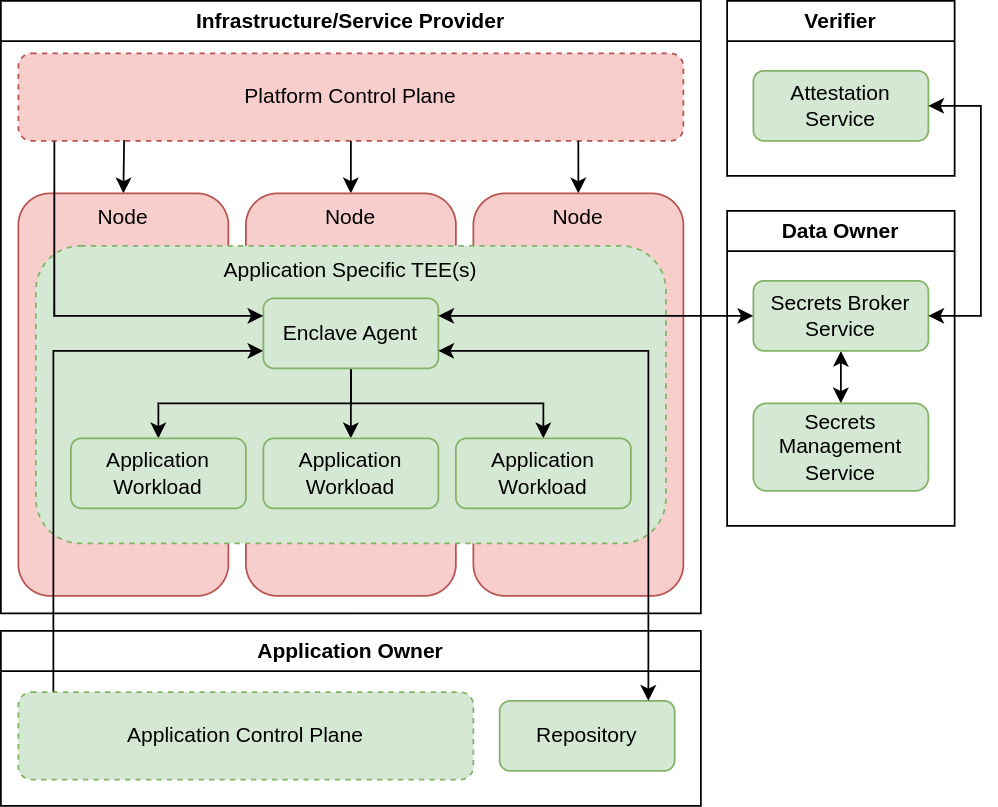
Earlier version of the draw.io export documents/thesis/resources/architecture-overview.png (hoppla20/bachelor-thesis). Source tidied: cells renumbered, new cells last; positions are measured from the earlier drawing's top-left corner, leaving out a move shared by most shapes.
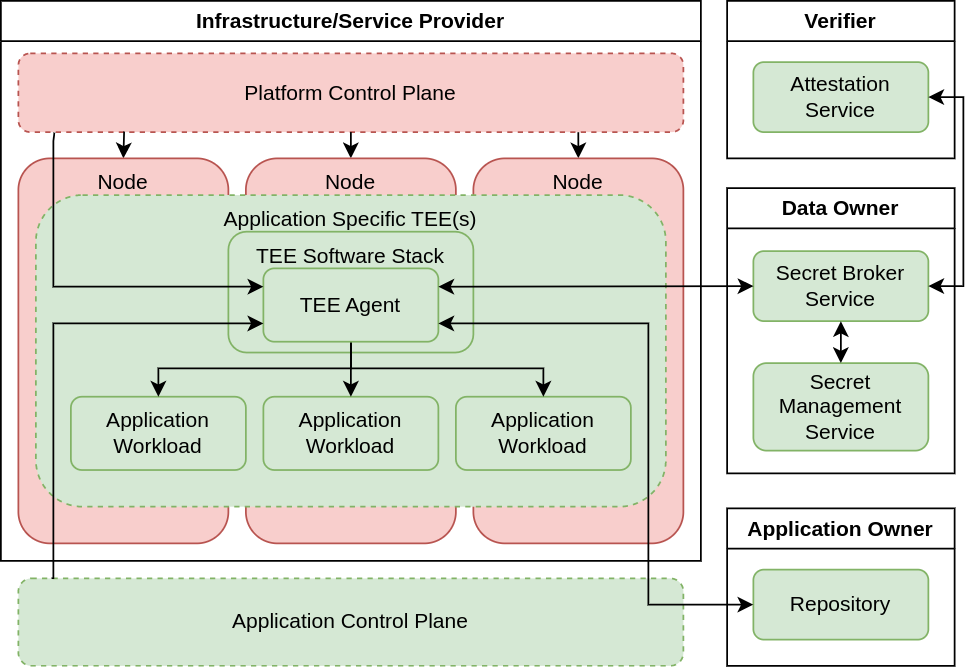
After the commit.

Change to the diagram source:
```diff
@@ -3,113 +3,137 @@
     <mxCell id="0" />
     <mxCell id="1" parent="0" />
     <mxCell id="2" value="Platform Control Plane" style="rounded=1;whiteSpace=wrap;html=1;fillColor=#f8cecc;strokeColor=#b85450;dashed=1;" parent="1" vertex="1">
-      <mxGeometry x="10" y="30" width="380" height="50" as="geometry" />
+      <mxGeometry x="10" y="30" width="380" height="45" as="geometry" />
     </mxCell>
-    <mxCell id="3" style="edgeStyle=orthogonalEdgeStyle;rounded=0;jettySize=auto;html=1;exitX=0.5;exitY=0;exitDx=0;exitDy=0;entryX=0.159;entryY=0.993;entryDx=0;entryDy=0;entryPerimeter=0;startArrow=classic;startFill=1;endArrow=none;endFill=0;" parent="1" edge="1" source="17" target="2">
+    <mxCell id="3" style="edgeStyle=orthogonalEdgeStyle;rounded=0;jettySize=auto;html=1;exitX=0.5;exitY=0;exitDx=0;exitDy=0;entryX=0.159;entryY=0.993;entryDx=0;entryDy=0;entryPerimeter=0;startArrow=classic;startFill=1;endArrow=none;endFill=0;" parent="1" edge="1" source="15" target="2">
       <mxGeometry relative="1" as="geometry" />
     </mxCell>
-    <mxCell id="4" style="edgeStyle=orthogonalEdgeStyle;rounded=0;jettySize=auto;html=1;exitX=0.5;exitY=0;exitDx=0;exitDy=0;entryX=0.5;entryY=1;entryDx=0;entryDy=0;startArrow=classic;startFill=1;endArrow=none;endFill=0;" parent="1" edge="1" source="18" target="2">
+    <mxCell id="4" style="edgeStyle=orthogonalEdgeStyle;rounded=0;jettySize=auto;html=1;exitX=0.5;exitY=0;exitDx=0;exitDy=0;entryX=0.5;entryY=1;entryDx=0;entryDy=0;startArrow=classic;startFill=1;endArrow=none;endFill=0;" parent="1" edge="1" source="16" target="2">
       <mxGeometry relative="1" as="geometry" />
     </mxCell>
-    <mxCell id="5" style="edgeStyle=orthogonalEdgeStyle;rounded=0;jettySize=auto;html=1;exitX=0.5;exitY=0;exitDx=0;exitDy=0;entryX=0.842;entryY=1.001;entryDx=0;entryDy=0;entryPerimeter=0;startArrow=classic;startFill=1;endArrow=none;endFill=0;" parent="1" edge="1" source="19" target="2">
+    <mxCell id="5" style="edgeStyle=orthogonalEdgeStyle;rounded=0;jettySize=auto;html=1;exitX=0.5;exitY=0;exitDx=0;exitDy=0;entryX=0.842;entryY=1.001;entryDx=0;entryDy=0;entryPerimeter=0;startArrow=classic;startFill=1;endArrow=none;endFill=0;" parent="1" edge="1" source="17" target="2">
       <mxGeometry relative="1" as="geometry" />
     </mxCell>
     <mxCell id="6" value="Infrastructure/Service Provider" style="swimlane;whiteSpace=wrap;html=1;" parent="1" vertex="1">
-      <mxGeometry width="400" height="350" as="geometry" />
+      <mxGeometry width="400" height="320" as="geometry" />
     </mxCell>
     <mxCell id="7" value="Data Owner" style="swimlane;whiteSpace=wrap;html=1;" parent="1" vertex="1">
-      <mxGeometry x="415" y="120" width="130" height="180" as="geometry" />
+      <mxGeometry x="415" y="107" width="130" height="163" as="geometry" />
     </mxCell>
-    <mxCell id="8" style="edgeStyle=orthogonalEdgeStyle;rounded=0;jettySize=auto;html=1;exitX=0.5;exitY=1;exitDx=0;exitDy=0;entryX=0.5;entryY=0;entryDx=0;entryDy=0;startArrow=classic;startFill=1;endArrow=classic;endFill=1;" parent="7" edge="1" source="9" target="10">
-      <mxGeometry relative="1" as="geometry" />
+    <mxCell id="8" value="Secret Broker Service" style="rounded=1;whiteSpace=wrap;html=1;fillColor=#d5e8d4;strokeColor=#82b366;" parent="7" vertex="1">
+      <mxGeometry x="15" y="36" width="100" height="40" as="geometry" />
     </mxCell>
-    <mxCell id="9" value="Secrets Broker Service" style="rounded=1;whiteSpace=wrap;html=1;fillColor=#d5e8d4;strokeColor=#82b366;" parent="7" vertex="1">
-      <mxGeometry x="15" y="40" width="100" height="40" as="geometry" />
+    <mxCell id="9" value="Secret Management Service" style="rounded=1;whiteSpace=wrap;html=1;fillColor=#d5e8d4;strokeColor=#82b366;" parent="7" vertex="1">
+      <mxGeometry x="15" y="100" width="100" height="50" as="geometry" />
     </mxCell>
-    <mxCell id="10" value="Secrets Management Service" style="rounded=1;whiteSpace=wrap;html=1;fillColor=#d5e8d4;strokeColor=#82b366;" parent="7" vertex="1">
-      <mxGeometry x="15" y="110" width="100" height="50" as="geometry" />
+    <mxCell id="10" style="edgeStyle=orthogonalEdgeStyle;rounded=0;jettySize=auto;html=1;exitX=0.5;exitY=1;exitDx=0;exitDy=0;entryX=0.5;entryY=0;entryDx=0;entryDy=0;startArrow=classic;startFill=1;endArrow=classic;endFill=1;" parent="7" edge="1" source="8" target="9">
+      <mxGeometry relative="1" as="geometry" />
     </mxCell>
     <mxCell id="11" value="Verifier" style="swimlane;whiteSpace=wrap;html=1;" parent="1" vertex="1">
-      <mxGeometry x="415" width="130" height="100" as="geometry" />
+      <mxGeometry x="415" width="130" height="90" as="geometry" />
     </mxCell>
     <mxCell id="12" value="Attestation Service" style="rounded=1;whiteSpace=wrap;html=1;fillColor=#d5e8d4;strokeColor=#82b366;" parent="11" vertex="1">
-      <mxGeometry x="15" y="40" width="100" height="40" as="geometry" />
+      <mxGeometry x="15" y="35" width="100" height="40" as="geometry" />
     </mxCell>
-    <mxCell id="13" style="edgeStyle=orthogonalEdgeStyle;rounded=0;jettySize=auto;html=1;exitX=1;exitY=0.5;exitDx=0;exitDy=0;entryX=1;entryY=0.5;entryDx=0;entryDy=0;startArrow=classic;startFill=1;endArrow=classic;endFill=1;" parent="1" edge="1" source="9" target="12">
+    <mxCell id="13" style="edgeStyle=orthogonalEdgeStyle;rounded=0;jettySize=auto;html=1;exitX=1;exitY=0.5;exitDx=0;exitDy=0;entryX=1;entryY=0.5;entryDx=0;entryDy=0;startArrow=classic;startFill=1;endArrow=classic;endFill=1;" parent="1" edge="1" source="8" target="12">
       <mxGeometry relative="1" as="geometry">
         <Array as="points">
-          <mxPoint x="560" y="180" />
-          <mxPoint x="560" y="60" />
+          <mxPoint x="550" y="163" />
+          <mxPoint x="550" y="55" />
         </Array>
       </mxGeometry>
     </mxCell>
-    <mxCell id="14" value="Application Owner" style="swimlane;whiteSpace=wrap;html=1;" parent="1" vertex="1">
-      <mxGeometry y="360" width="400" height="100" as="geometry" />
+    <mxCell id="14" style="group;" parent="1" vertex="1">
+      <mxGeometry x="10" y="90" width="380" height="220" as="geometry" />
     </mxCell>
-    <mxCell id="15" value="Repository" style="rounded=1;whiteSpace=wrap;html=1;fillColor=#d5e8d4;strokeColor=#82b366;" parent="14" vertex="1">
-      <mxGeometry x="285" y="40" width="100" height="40" as="geometry" />
+    <mxCell id="15" value="Node" style="rounded=1;whiteSpace=wrap;html=1;verticalAlign=top;fillColor=#f8cecc;strokeColor=#b85450;" parent="14" vertex="1">
+      <mxGeometry width="120" height="220" as="geometry" />
     </mxCell>
-    <mxCell id="16" value="Application Control Plane" style="rounded=1;whiteSpace=wrap;html=1;fillColor=#d5e8d4;strokeColor=#82b366;dashed=1;" parent="14" vertex="1">
-      <mxGeometry x="10" y="35" width="260" height="50" as="geometry" />
+    <mxCell id="16" value="Node" style="rounded=1;whiteSpace=wrap;html=1;verticalAlign=top;fillColor=#f8cecc;strokeColor=#b85450;" parent="14" vertex="1">
+      <mxGeometry x="130" width="120" height="220" as="geometry" />
     </mxCell>
-    <mxCell id="17" value="Node" style="rounded=1;whiteSpace=wrap;html=1;verticalAlign=top;fillColor=#f8cecc;strokeColor=#b85450;" parent="1" vertex="1">
-      <mxGeometry x="10" y="110" width="120" height="230" as="geometry" />
+    <mxCell id="17" value="Node" style="rounded=1;whiteSpace=wrap;html=1;verticalAlign=top;fillColor=#f8cecc;strokeColor=#b85450;" parent="14" vertex="1">
+      <mxGeometry x="260" width="120" height="220" as="geometry" />
     </mxCell>
-    <mxCell id="18" value="Node" style="rounded=1;whiteSpace=wrap;html=1;verticalAlign=top;fillColor=#f8cecc;strokeColor=#b85450;" parent="1" vertex="1">
-      <mxGeometry x="140" y="110" width="120" height="230" as="geometry" />
+    <mxCell id="18" style="group;verticalAlign=top;" parent="14" vertex="1">
+      <mxGeometry x="10" y="21" width="360" height="178.1" as="geometry" />
     </mxCell>
-    <mxCell id="19" value="Node" style="rounded=1;whiteSpace=wrap;html=1;verticalAlign=top;fillColor=#f8cecc;strokeColor=#b85450;" parent="1" vertex="1">
-      <mxGeometry x="270" y="110" width="120" height="230" as="geometry" />
+    <mxCell id="19" value="Application Specific TEE(s)" style="rounded=1;whiteSpace=wrap;html=1;dashed=1;fillColor=#d5e8d4;strokeColor=#82b366;verticalAlign=top;" parent="18" vertex="1">
+      <mxGeometry width="360" height="178.1" as="geometry" />
     </mxCell>
-    <mxCell id="20" value="Application Specific TEE(s)" style="rounded=1;whiteSpace=wrap;html=1;dashed=1;fillColor=#d5e8d4;strokeColor=#82b366;verticalAlign=top;" parent="1" vertex="1">
-      <mxGeometry x="20" y="140" width="360" height="170" as="geometry" />
+    <mxCell id="20" value="Application Workload" style="rounded=1;whiteSpace=wrap;html=1;fillColor=#d5e8d4;strokeColor=#82b366;" parent="18" vertex="1">
+      <mxGeometry x="130" y="115.2" width="100" height="41.9" as="geometry" />
     </mxCell>
-    <mxCell id="21" style="edgeStyle=orthogonalEdgeStyle;rounded=0;jettySize=auto;html=1;exitX=0.5;exitY=1;exitDx=0;exitDy=0;entryX=0.5;entryY=0;entryDx=0;entryDy=0;startArrow=none;startFill=0;endArrow=classic;endFill=1;" parent="1" edge="1" source="25" target="26">
-      <mxGeometry relative="1" as="geometry" />
+    <mxCell id="21" value="Application Workload" style="rounded=1;whiteSpace=wrap;html=1;fillColor=#d5e8d4;strokeColor=#82b366;" parent="18" vertex="1">
+      <mxGeometry x="20" y="115.2" width="100" height="41.9" as="geometry" />
     </mxCell>
-    <mxCell id="22" style="edgeStyle=orthogonalEdgeStyle;rounded=0;jettySize=auto;html=1;exitX=0.5;exitY=1;exitDx=0;exitDy=0;entryX=0.5;entryY=0;entryDx=0;entryDy=0;startArrow=none;startFill=0;endArrow=classic;endFill=1;" parent="1" edge="1" source="25" target="28">
-      <mxGeometry relative="1" as="geometry" />
+    <mxCell id="22" value="TEE Software Stack" style="rounded=1;whiteSpace=wrap;html=1;verticalAlign=top;fillColor=#d5e8d4;strokeColor=#82b366;" parent="18" vertex="1">
+      <mxGeometry x="110" y="20.9" width="140" height="69" as="geometry" />
     </mxCell>
-    <mxCell id="23" style="edgeStyle=orthogonalEdgeStyle;rounded=0;jettySize=auto;html=1;exitX=0.5;exitY=1;exitDx=0;exitDy=0;entryX=0.5;entryY=0;entryDx=0;entryDy=0;startArrow=none;startFill=0;endArrow=classic;endFill=1;" parent="1" edge="1" source="25" target="27">
-      <mxGeometry relative="1" as="geometry" />
+    <mxCell id="23" value="Application Workload" style="rounded=1;whiteSpace=wrap;html=1;fillColor=#d5e8d4;strokeColor=#82b366;" parent="18" vertex="1">
+      <mxGeometry x="240" y="115.2" width="100" height="41.9" as="geometry" />
     </mxCell>
-    <mxCell id="24" style="edgeStyle=orthogonalEdgeStyle;rounded=0;jettySize=auto;html=1;exitX=0;exitY=0.75;exitDx=0;exitDy=0;entryX=0.077;entryY=-0.006;entryDx=0;entryDy=0;entryPerimeter=0;startArrow=classic;startFill=1;endArrow=none;endFill=0;" parent="1" edge="1" source="25" target="16">
+    <mxCell id="24" style="edgeStyle=orthogonalEdgeStyle;rounded=0;jettySize=auto;html=1;exitX=0.5;exitY=1;exitDx=0;exitDy=0;entryX=0.5;entryY=0;entryDx=0;entryDy=0;startArrow=none;startFill=0;endArrow=classic;endFill=1;" parent="18" edge="1" source="27" target="20">
       <mxGeometry relative="1" as="geometry" />
     </mxCell>
-    <mxCell id="25" value="Enclave Agent" style="rounded=1;whiteSpace=wrap;html=1;fillColor=#d5e8d4;strokeColor=#82b366;" parent="1" vertex="1">
-      <mxGeometry x="150" y="170" width="100" height="40" as="geometry" />
+    <mxCell id="25" style="edgeStyle=orthogonalEdgeStyle;rounded=0;jettySize=auto;html=1;exitX=0.5;exitY=1;exitDx=0;exitDy=0;entryX=0.5;entryY=0;entryDx=0;entryDy=0;startArrow=none;startFill=0;endArrow=classic;endFill=1;" parent="18" edge="1" source="27" target="21">
+      <mxGeometry relative="1" as="geometry">
+        <Array as="points">
+          <mxPoint x="180" y="99" />
+          <mxPoint x="70" y="99" />
+        </Array>
+      </mxGeometry>
     </mxCell>
-    <mxCell id="26" value="Application Workload" style="rounded=1;whiteSpace=wrap;html=1;fillColor=#d5e8d4;strokeColor=#82b366;" parent="1" vertex="1">
-      <mxGeometry x="150" y="250" width="100" height="40" as="geometry" />
+    <mxCell id="26" style="edgeStyle=orthogonalEdgeStyle;rounded=0;jettySize=auto;html=1;exitX=0.5;exitY=1;exitDx=0;exitDy=0;entryX=0.5;entryY=0;entryDx=0;entryDy=0;startArrow=none;startFill=0;endArrow=classic;endFill=1;" parent="18" edge="1" source="27" target="23">
+      <mxGeometry relative="1" as="geometry">
+        <Array as="points">
+          <mxPoint x="180" y="99" />
+          <mxPoint x="290" y="99" />
+        </Array>
+      </mxGeometry>
     </mxCell>
-    <mxCell id="27" value="Application Workload" style="rounded=1;whiteSpace=wrap;html=1;fillColor=#d5e8d4;strokeColor=#82b366;" parent="1" vertex="1">
-      <mxGeometry x="40" y="250" width="100" height="40" as="geometry" />
+    <mxCell id="27" value="TEE Agent" style="rounded=1;whiteSpace=wrap;html=1;fillColor=#d5e8d4;strokeColor=#82b366;" parent="18" vertex="1">
+      <mxGeometry x="130" y="41.9" width="100" height="41.9" as="geometry" />
     </mxCell>
-    <mxCell id="28" value="Application Workload" style="rounded=1;whiteSpace=wrap;html=1;fillColor=#d5e8d4;strokeColor=#82b366;" parent="1" vertex="1">
-      <mxGeometry x="260" y="250" width="100" height="40" as="geometry" />
+    <mxCell id="28" style="edgeStyle=orthogonalEdgeStyle;rounded=0;jettySize=auto;html=1;entryX=0;entryY=0.5;entryDx=0;entryDy=0;startArrow=classic;startFill=1;endArrow=classic;endFill=1;exitX=1;exitY=0.25;exitDx=0;exitDy=0;" parent="1" edge="1" source="27" target="8">
+      <mxGeometry relative="1" as="geometry">
+        <Array as="points">
+          <mxPoint x="430" y="163" />
+        </Array>
+      </mxGeometry>
     </mxCell>
-    <mxCell id="29" style="edgeStyle=orthogonalEdgeStyle;rounded=0;jettySize=auto;html=1;entryX=0;entryY=0.5;entryDx=0;entryDy=0;startArrow=classic;startFill=1;endArrow=classic;endFill=1;exitX=1;exitY=0.25;exitDx=0;exitDy=0;" parent="1" edge="1" source="25" target="9">
+    <mxCell id="29" style="edgeStyle=orthogonalEdgeStyle;rounded=0;jettySize=auto;html=1;exitX=0;exitY=0.25;exitDx=0;exitDy=0;startArrow=classic;startFill=1;endArrow=none;endFill=0;entryX=0.054;entryY=1.007;entryDx=0;entryDy=0;entryPerimeter=0;" parent="1" edge="1" source="27" target="2">
       <mxGeometry relative="1" as="geometry">
         <Array as="points">
-          <mxPoint x="430" y="180" />
+          <mxPoint x="30" y="163" />
+          <mxPoint x="30" y="80" />
         </Array>
       </mxGeometry>
     </mxCell>
-    <mxCell id="30" style="edgeStyle=orthogonalEdgeStyle;rounded=0;jettySize=auto;html=1;exitX=1;exitY=0.75;exitDx=0;exitDy=0;startArrow=classic;startFill=1;endArrow=classic;endFill=1;" parent="1" edge="1" source="25">
-      <mxGeometry relative="1" as="geometry">
-        <mxPoint x="370" y="400" as="targetPoint" />
-        <Array as="points">
-          <mxPoint x="370" y="200" />
-        </Array>
-      </mxGeometry>
+    <mxCell id="30" value="Application Control Plane" style="rounded=1;whiteSpace=wrap;html=1;fillColor=#d5e8d4;strokeColor=#82b366;dashed=1;" parent="1" vertex="1">
+      <mxGeometry x="10" y="330" width="380" height="50" as="geometry" />
     </mxCell>
-    <mxCell id="31" style="edgeStyle=orthogonalEdgeStyle;rounded=0;jettySize=auto;html=1;exitX=0;exitY=0.25;exitDx=0;exitDy=0;startArrow=classic;startFill=1;endArrow=none;endFill=0;entryX=0.054;entryY=1.007;entryDx=0;entryDy=0;entryPerimeter=0;" parent="1" edge="1" source="25" target="2">
-      <mxGeometry relative="1" as="geometry">
-        <Array as="points">
-          <mxPoint x="30" y="180" />
-          <mxPoint x="30" y="80" />
-        </Array>
-      </mxGeometry>
+    <mxCell id="31" value="Application Owner" style="swimlane;whiteSpace=wrap;html=1;" parent="1" vertex="1">
+      <mxGeometry x="415" y="290" width="130" height="90" as="geometry" />
     </mxCell>
+    <mxCell id="32" value="Repository" style="rounded=1;whiteSpace=wrap;html=1;fillColor=#d5e8d4;strokeColor=#82b366;" parent="31" vertex="1">
+      <mxGeometry x="15" y="35" width="100" height="40" as="geometry" />
+    </mxCell>
+    <mxCell id="33" style="edgeStyle=orthogonalEdgeStyle;rounded=0;jettySize=auto;html=1;exitX=1;exitY=0.75;exitDx=0;exitDy=0;startArrow=classic;startFill=1;endArrow=classic;endFill=1;entryX=0;entryY=0.5;entryDx=0;entryDy=0;" parent="1" edge="1" source="27" target="32">
+      <mxGeometry relative="1" as="geometry">
+        <Array as="points">
+          <mxPoint x="370" y="184" />
+          <mxPoint x="370" y="345" />
+        </Array>
+      </mxGeometry>
+    </mxCell>
+    <mxCell id="34" style="edgeStyle=orthogonalEdgeStyle;rounded=0;jettySize=auto;html=1;exitX=0;exitY=0.75;exitDx=0;exitDy=0;entryX=0.05;entryY=-0.002;entryDx=0;entryDy=0;entryPerimeter=0;startArrow=classic;startFill=1;endArrow=none;endFill=0;" parent="1" edge="1" source="27" target="30">
+      <mxGeometry relative="1" as="geometry">
+        <Array as="points">
+          <mxPoint x="30" y="184" />
+          <mxPoint x="30" y="330" />
+        </Array>
+      </mxGeometry>
+    </mxCell>
   </root>
 </mxGraphModel>
```
